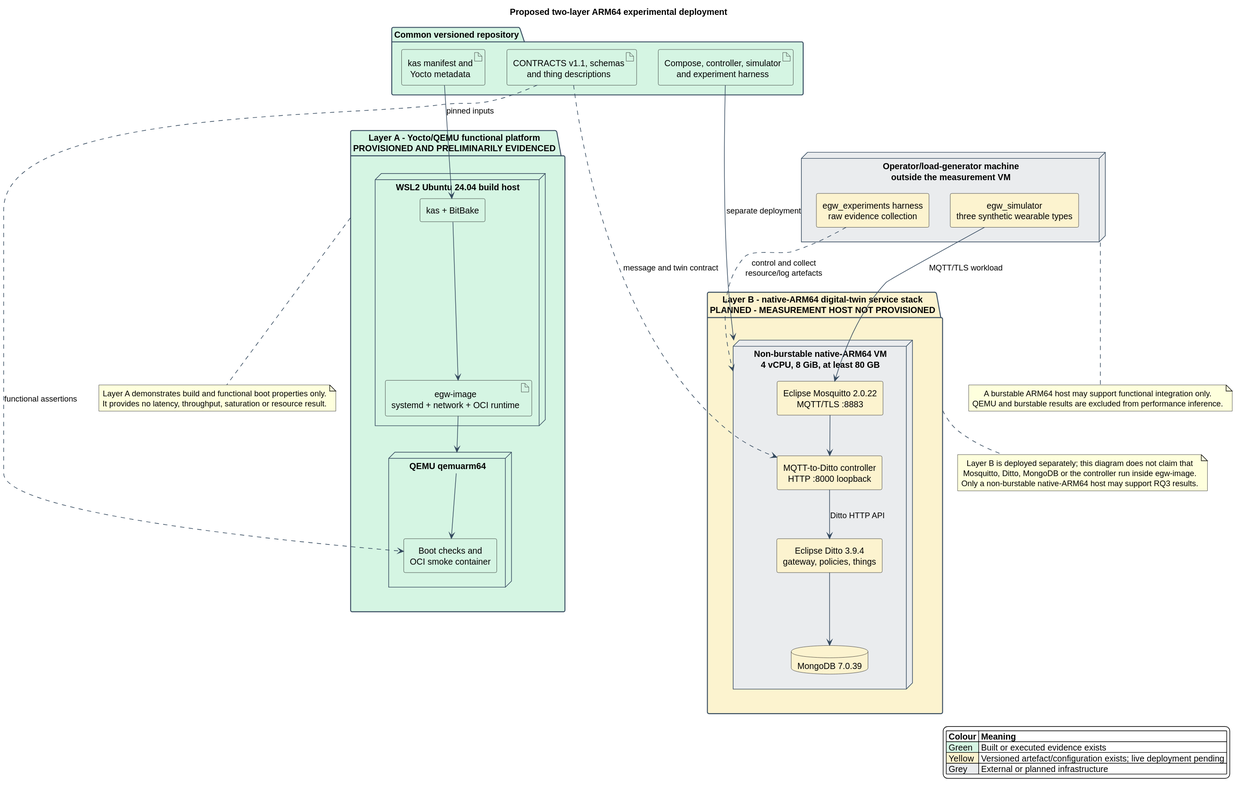
This is diagrams/two_layer_experimental_deployment.svg from Ruisth/Tese_Mestrado, a PlantUML export, as it was before one commit. The source it was exported from:
```plantuml
@startuml
title Proposed two-layer ARM64 experimental deployment

skinparam backgroundColor white
skinparam shadowing false
skinparam componentStyle rectangle
skinparam defaultTextAlignment center
skinparam ArrowColor #34495E
skinparam packageBorderColor #34495E
skinparam packageFontStyle bold

legend right
  |= Colour |= Meaning |
  |<#D5F5E3> Green | Built or executed evidence exists |
  |<#FCF3CF> Yellow | Versioned artefact/configuration exists; live deployment pending |
  |<#EAECEE> Grey | External or planned infrastructure |
endlegend

folder "Common versioned repository" as Repo #D5F5E3 {
  artifact "kas manifest and\nYocto metadata" as Kas #D5F5E3
  artifact "CONTRACTS v1.1, schemas\nand thing descriptions" as Contracts #D5F5E3
  artifact "Compose, controller, simulator\nand experiment harness" as ServiceArtefacts #D5F5E3
}

package "Layer A - Yocto/QEMU functional platform\nPROVISIONED AND PRELIMINARILY EVIDENCED" as LAYERA #D5F5E3 {
  node "WSL2 Ubuntu 24.04 build host" as BuildHost #D5F5E3 {
    component "kas + BitBake" as Bitbake #D5F5E3
    artifact "egw-image\nsystemd + network + OCI runtime" as Image #D5F5E3
  }
  node "QEMU qemuarm64" as Qemu #D5F5E3 {
    component "Boot checks and\nOCI smoke container" as BootChecks #D5F5E3
  }
}

package "Layer B - native-ARM64 digital-twin service stack\nPLANNED - MEASUREMENT HOST NOT PROVISIONED" as LAYERB #FCF3CF {
  node "Non-burstable native-ARM64 VM\n4 vCPU, 8 GiB, at least 80 GB" as ArmVm #EAECEE {
    component "Eclipse Mosquitto 2.0.22\nMQTT/TLS :8883" as Mosquitto #FCF3CF
    component "MQTT-to-Ditto controller\nHTTP :8000 loopback" as Controller #FCF3CF
    component "Eclipse Ditto 3.9.4\ngateway, policies, things" as Ditto #FCF3CF
    database "MongoDB 7.0.39" as Mongo #FCF3CF
  }
}

node "Operator/load-generator machine\noutside the measurement VM" as Operator #EAECEE {
  component "egw_simulator\nthree synthetic wearable types" as Simulator #FCF3CF
  component "egw_experiments harness\nraw evidence collection" as Harness #FCF3CF
}

Kas --> Bitbake : pinned inputs
Bitbake --> Image
Image --> Qemu
Qemu --> BootChecks

Contracts ..> BootChecks : functional assertions
Contracts ..> Controller : message and twin contract
ServiceArtefacts --> ArmVm : separate deployment

Simulator --> Mosquitto : MQTT/TLS workload
Mosquitto --> Controller
Controller --> Ditto : Ditto HTTP API
Ditto --> Mongo
Harness ..> ArmVm : control and collect\nresource/log artefacts

LAYERA -[hidden]-> LAYERB

note bottom of LAYERA
  Layer A demonstrates build and functional boot properties only.
  It provides no latency, throughput, saturation or resource result.
end note

note bottom of LAYERB
  Layer B is deployed separately; this diagram does not claim that
  Mosquitto, Ditto, MongoDB or the controller run inside egw-image.
  Only a non-burstable native-ARM64 host may support RQ3 results.
end note

note bottom of Operator
  A burstable ARM64 host may support functional integration only.
  QEMU and burstable results are excluded from performance inference.
end note
@enduml
```
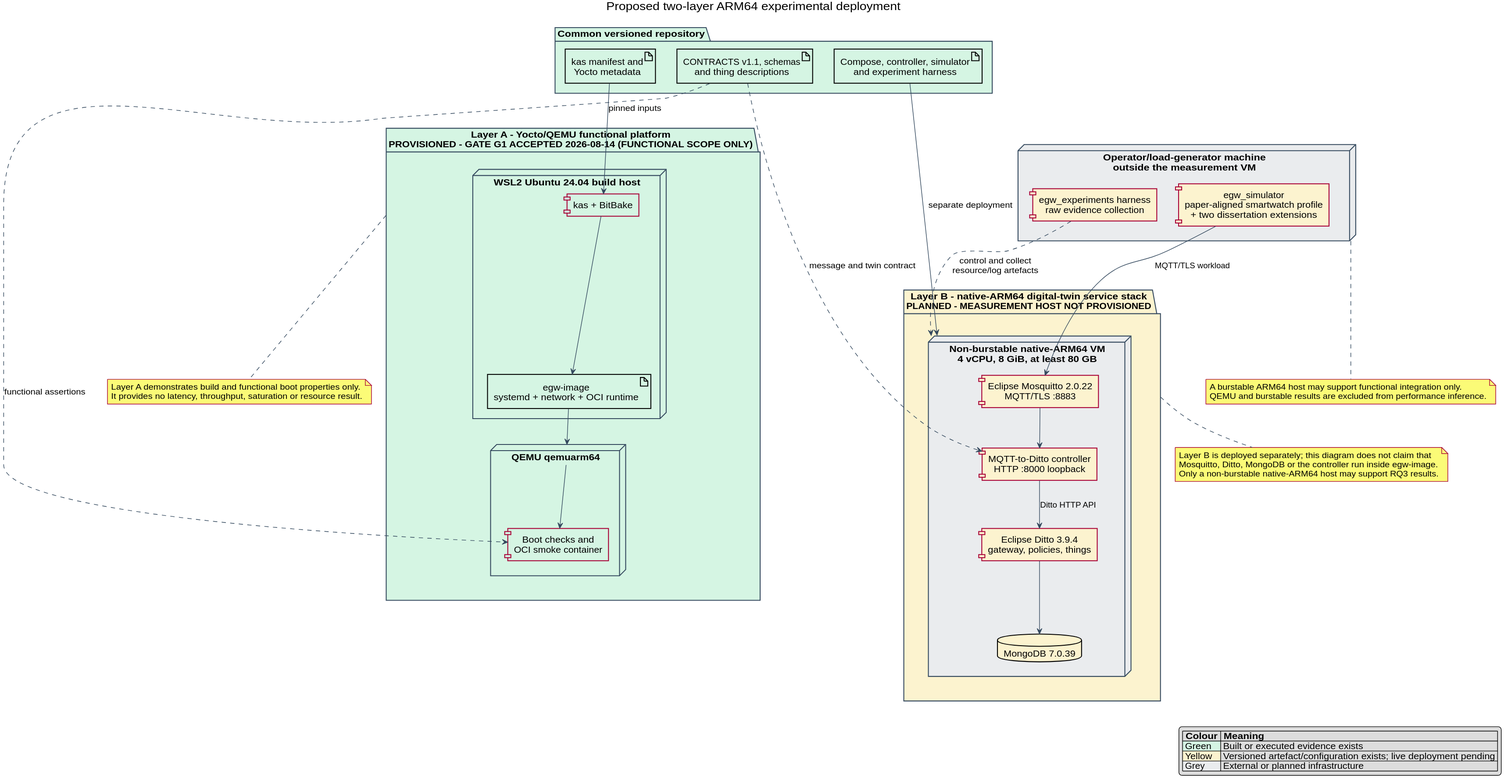
Above is the later version.

Diff of the diagram source:
```diff
@@ -22,7 +22,7 @@
   artifact "Compose, controller, simulator\nand experiment harness" as ServiceArtefacts #D5F5E3
 }
 
-package "Layer A - Yocto/QEMU functional platform\nPROVISIONED AND PRELIMINARILY EVIDENCED" as LAYERA #D5F5E3 {
+package "Layer A - Yocto/QEMU functional platform\nPROVISIONED - GATE G1 ACCEPTED 2026-08-14 (FUNCTIONAL SCOPE ONLY)" as LAYERA #D5F5E3 {
   node "WSL2 Ubuntu 24.04 build host" as BuildHost #D5F5E3 {
     component "kas + BitBake" as Bitbake #D5F5E3
     artifact "egw-image\nsystemd + network + OCI runtime" as Image #D5F5E3
@@ -42,7 +42,7 @@
 }
 
 node "Operator/load-generator machine\noutside the measurement VM" as Operator #EAECEE {
-  component "egw_simulator\nthree synthetic wearable types" as Simulator #FCF3CF
+  component "egw_simulator\npaper-aligned smartwatch profile\n+ two dissertation extensions" as Simulator #FCF3CF
   component "egw_experiments harness\nraw evidence collection" as Harness #FCF3CF
 }
 
@@ -78,4 +78,5 @@
   A burstable ARM64 host may support functional integration only.
   QEMU and burstable results are excluded from performance inference.
 end note
+
 @enduml
```
